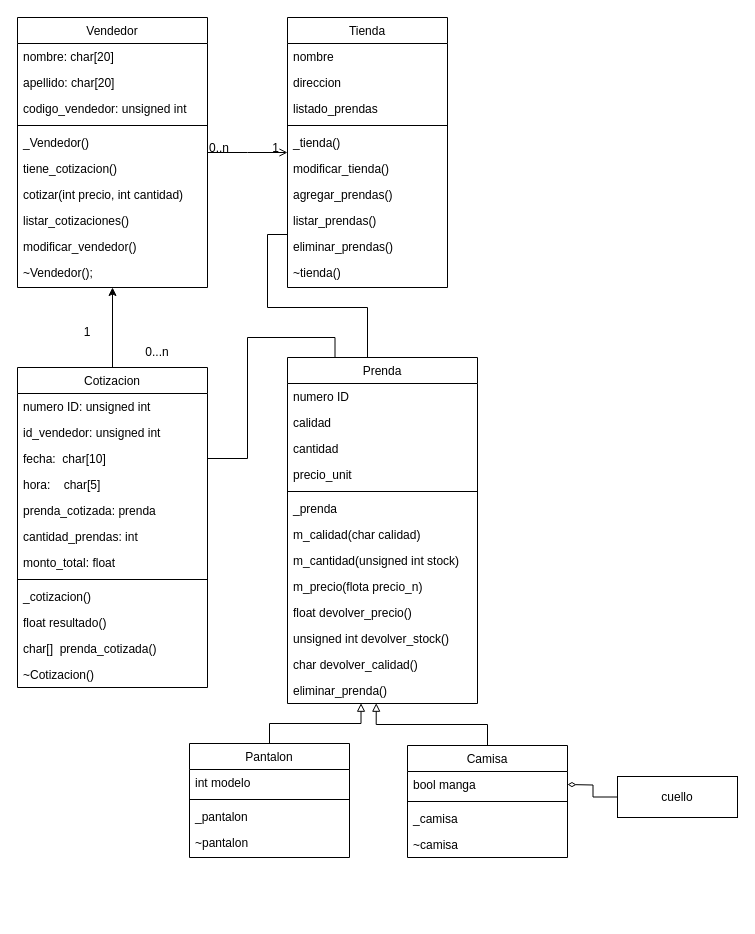
This is Diagrama_Clases.drawio from Santira243/PracticaQuark, a draw.io file, before an edit. Source tidied: cells renumbered, new cells numbered last; positions are measured from the earlier drawing's top-left corner, leaving out a move shared by most shapes. Both pictures are drawn from the tidied source at 100%, with x=0, y=0 at pixel (17, 17).
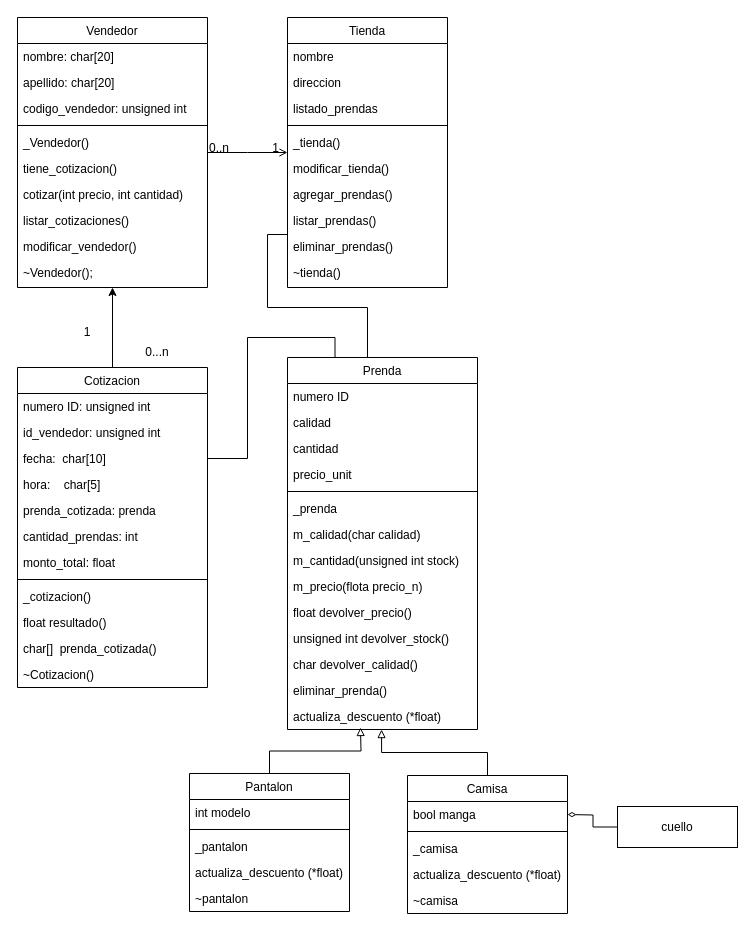
The same page after the edit.

Commit message:
actualizado_polimorf

Unchanged cells that the change refers to:
```xml
<mxCell id="55" value="eliminar_prenda()&#10;" style="text;align=left;verticalAlign=top;spacingLeft=4;spacingRight=4;overflow=hidden;points=[[0,0.5],[1,0.5]];portConstraint=eastwest;rounded=0;shadow=0;html=0;" parent="42" vertex="1">
  <mxGeometry y="320" width="190" height="26" as="geometry" />
</mxCell>
```

Diff of the diagram source:
```diff
@@
     <mxCell id="42" value="Prenda" style="swimlane;fontStyle=0;align=center;verticalAlign=top;horizontal=1;startSize=26;rounded=0;shadow=0;strokeWidth=1;" parent="1" vertex="1">
-      <mxGeometry x="270" y="340" width="190" height="346" as="geometry" />
+      <mxGeometry x="270" y="340" width="190" height="372" as="geometry" />
     </mxCell>
@@
+    <mxCell id="73" value="actualiza_descuento (*float)" style="text;align=left;verticalAlign=top;spacingLeft=4;spacingRight=4;overflow=hidden;points=[[0,0.5],[1,0.5]];portConstraint=eastwest;rounded=0;shadow=0;html=0;" parent="42" vertex="1">
+      <mxGeometry y="346" width="190" height="26" as="geometry" />
+    </mxCell>
@@
-    <mxCell id="57" style="edgeStyle=orthogonalEdgeStyle;rounded=0;jettySize=auto;html=1;exitX=0.5;exitY=0;exitDx=0;exitDy=0;entryX=0.387;entryY=0.989;entryDx=0;entryDy=0;entryPerimeter=0;endArrow=block;endFill=0;" parent="1" edge="1" source="58" target="55">
-      <mxGeometry relative="1" as="geometry" />
+    <mxCell id="57" style="edgeStyle=orthogonalEdgeStyle;rounded=0;jettySize=auto;html=1;exitX=0.5;exitY=0;exitDx=0;exitDy=0;endArrow=block;endFill=0;" parent="1" edge="1" source="58">
+      <mxGeometry relative="1" as="geometry">
+        <mxPoint x="343" y="710" as="targetPoint" />
+      </mxGeometry>
     </mxCell>
     <mxCell id="58" value="Pantalon" style="swimlane;fontStyle=0;align=center;verticalAlign=top;horizontal=1;startSize=26;rounded=0;shadow=0;strokeWidth=1;" parent="1" vertex="1">
-      <mxGeometry x="172" y="726" width="160" height="114" as="geometry" />
+      <mxGeometry x="172" y="756" width="160" height="138" as="geometry" />
     </mxCell>
@@
+    <mxCell id="74" value="actualiza_descuento (*float)" style="text;align=left;verticalAlign=top;spacingLeft=4;spacingRight=4;overflow=hidden;rounded=0;shadow=0;html=0;" parent="58" vertex="1">
+      <mxGeometry y="86" width="160" height="26" as="geometry" />
+    </mxCell>
     <mxCell id="62" value="~pantalon" style="text;align=left;verticalAlign=top;spacingLeft=4;spacingRight=4;overflow=hidden;rounded=0;shadow=0;html=0;" parent="58" vertex="1">
-      <mxGeometry y="86" width="160" height="26" as="geometry" />
+      <mxGeometry y="112" width="160" height="26" as="geometry" />
     </mxCell>
-    <mxCell id="63" style="edgeStyle=orthogonalEdgeStyle;rounded=0;jettySize=auto;html=1;exitX=0.5;exitY=0;exitDx=0;exitDy=0;entryX=0.467;entryY=0.989;entryDx=0;entryDy=0;entryPerimeter=0;endArrow=block;endFill=0;" parent="1" edge="1" source="64" target="55">
+    <mxCell id="63" style="edgeStyle=orthogonalEdgeStyle;rounded=0;jettySize=auto;html=1;exitX=0.5;exitY=0;exitDx=0;exitDy=0;entryX=0.495;entryY=1.003;entryDx=0;entryDy=0;entryPerimeter=0;endArrow=block;endFill=0;" parent="1" edge="1" source="64" target="73">
       <mxGeometry relative="1" as="geometry" />
     </mxCell>
     <mxCell id="64" value="Camisa" style="swimlane;fontStyle=0;align=center;verticalAlign=top;horizontal=1;startSize=26;rounded=0;shadow=0;strokeWidth=1;" parent="1" vertex="1">
-      <mxGeometry x="390" y="728" width="160" height="112" as="geometry" />
+      <mxGeometry x="390" y="758" width="160" height="138" as="geometry" />
     </mxCell>
@@
+    <mxCell id="75" value="actualiza_descuento (*float)" style="text;align=left;verticalAlign=top;spacingLeft=4;spacingRight=4;overflow=hidden;rounded=0;shadow=0;html=0;" parent="64" vertex="1">
+      <mxGeometry y="86" width="160" height="26" as="geometry" />
+    </mxCell>
     <mxCell id="68" value="~camisa" style="text;align=left;verticalAlign=top;spacingLeft=4;spacingRight=4;overflow=hidden;rounded=0;shadow=0;html=0;" parent="64" vertex="1">
-      <mxGeometry y="86" width="160" height="26" as="geometry" />
+      <mxGeometry y="112" width="160" height="26" as="geometry" />
     </mxCell>
@@
     <mxCell id="71" style="edgeStyle=orthogonalEdgeStyle;rounded=0;jettySize=auto;html=1;exitX=0;exitY=0.5;exitDx=0;exitDy=0;entryX=1;entryY=0.5;entryDx=0;entryDy=0;endArrow=diamondThin;endFill=0;" parent="1" edge="1" source="72">
       <mxGeometry relative="1" as="geometry">
-        <mxPoint x="550" y="767" as="targetPoint" />
+        <mxPoint x="550" y="797" as="targetPoint" />
       </mxGeometry>
     </mxCell>
     <mxCell id="72" value="cuello" style="rounded=0;whiteSpace=wrap;html=1;" parent="1" vertex="1">
-      <mxGeometry x="600" y="759" width="120" height="41" as="geometry" />
+      <mxGeometry x="600" y="789" width="120" height="41" as="geometry" />
     </mxCell>
```
